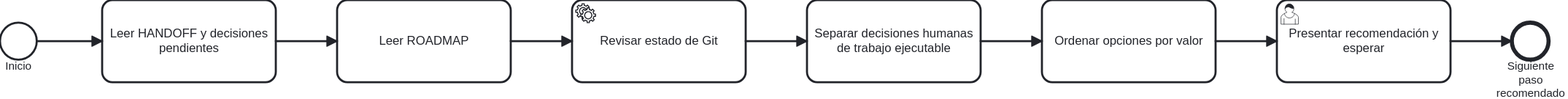
This is docs/atlas/render/17-que-sigue-as-is.svg from ArmandoMedina/jidoka, a BPMN export, as it was before one commit. Its source is kept beside it as docs/atlas/10-ritual/17-que-sigue-as-is.bpmn. Ids are renumbered. The source it was exported from:
```xml
<bpmn:definitions xmlns:bpmn="http://www.omg.org/spec/BPMN/20100524/MODEL" xmlns:bpmndi="http://www.omg.org/spec/BPMN/20100524/DI" xmlns:dc="http://www.omg.org/spec/DD/20100524/DC" xmlns:di="http://www.omg.org/spec/DD/20100524/DI" xmlns:xsi="http://www.w3.org/2001/XMLSchema-instance" id="Definitions_17_QueSigue" targetNamespace="https://github.com/ArmandoMedina/jidoka/process-atlas" exporter="OpenAI BPMN Atlas Generator" exporterVersion="0.2" xmlns:modeler="http://camunda.org/schema/modeler/1.0" modeler:executionPlatform="Camunda Platform" modeler:executionPlatformVersion="7.18.0">
  <bpmn:process id="Process_QueSigue" name="/jidoka:que-sigue — priorizar el siguiente paso" isExecutable="false">
    <bpmn:documentation>Fuente: .claude/commands/jidoka/que-sigue.md</bpmn:documentation>
    <bpmn:startEvent id="Start" name="Inicio">
      <bpmn:outgoing>F_Start_Task_Handoff</bpmn:outgoing>
    </bpmn:startEvent>
    <bpmn:task id="Task_Handoff" name="Leer HANDOFF y decisiones pendientes">
      <bpmn:incoming>F_Start_Task_Handoff</bpmn:incoming>
      <bpmn:outgoing>F_Task_Handoff_Task_Roadmap</bpmn:outgoing>
    </bpmn:task>
    <bpmn:sequenceFlow id="F_Start_Task_Handoff" sourceRef="Start" targetRef="Task_Handoff"/>
    <bpmn:task id="Task_Roadmap" name="Leer ROADMAP">
      <bpmn:incoming>F_Task_Handoff_Task_Roadmap</bpmn:incoming>
      <bpmn:outgoing>F_Task_Roadmap_Task_Git</bpmn:outgoing>
    </bpmn:task>
    <bpmn:sequenceFlow id="F_Task_Handoff_Task_Roadmap" sourceRef="Task_Handoff" targetRef="Task_Roadmap"/>
    <bpmn:serviceTask id="Task_Git" name="Revisar estado de Git">
      <bpmn:incoming>F_Task_Roadmap_Task_Git</bpmn:incoming>
      <bpmn:outgoing>F_Task_Git_Task_Separar</bpmn:outgoing>
    </bpmn:serviceTask>
    <bpmn:sequenceFlow id="F_Task_Roadmap_Task_Git" sourceRef="Task_Roadmap" targetRef="Task_Git"/>
    <bpmn:task id="Task_Separar" name="Separar decisiones humanas de trabajo ejecutable">
      <bpmn:incoming>F_Task_Git_Task_Separar</bpmn:incoming>
      <bpmn:outgoing>F_Task_Separar_Task_Ordenar</bpmn:outgoing>
    </bpmn:task>
    <bpmn:sequenceFlow id="F_Task_Git_Task_Separar" sourceRef="Task_Git" targetRef="Task_Separar"/>
    <bpmn:task id="Task_Ordenar" name="Ordenar opciones por valor">
      <bpmn:incoming>F_Task_Separar_Task_Ordenar</bpmn:incoming>
      <bpmn:outgoing>F_Task_Ordenar_Task_Proponer</bpmn:outgoing>
    </bpmn:task>
    <bpmn:sequenceFlow id="F_Task_Separar_Task_Ordenar" sourceRef="Task_Separar" targetRef="Task_Ordenar"/>
    <bpmn:userTask id="Task_Proponer" name="Presentar recomendación y esperar">
      <bpmn:incoming>F_Task_Ordenar_Task_Proponer</bpmn:incoming>
      <bpmn:outgoing>F_Task_Proponer_End</bpmn:outgoing>
    </bpmn:userTask>
    <bpmn:sequenceFlow id="F_Task_Ordenar_Task_Proponer" sourceRef="Task_Ordenar" targetRef="Task_Proponer"/>
    <bpmn:endEvent id="End" name="Siguiente paso recomendado">
      <bpmn:incoming>F_Task_Proponer_End</bpmn:incoming>
    </bpmn:endEvent>
    <bpmn:sequenceFlow id="F_Task_Proponer_End" sourceRef="Task_Proponer" targetRef="End"/>
  </bpmn:process>
  <bpmndi:BPMNDiagram id="Diagram_17_QueSigue">
    <bpmndi:BPMNPlane id="Plane_Diagram_17_QueSigue" bpmnElement="Process_QueSigue">
      <bpmndi:BPMNShape id="Shape_Start" bpmnElement="Start">
        <dc:Bounds x="80" y="220" width="36" height="36"/>
      </bpmndi:BPMNShape>
      <bpmndi:BPMNShape id="Shape_Task_Handoff" bpmnElement="Task_Handoff">
        <dc:Bounds x="180" y="198" width="170" height="80"/>
      </bpmndi:BPMNShape>
      <bpmndi:BPMNEdge id="Edge_F_Start_Task_Handoff" bpmnElement="F_Start_Task_Handoff">
        <di:waypoint x="116" y="238"/>
        <di:waypoint x="180" y="238"/>
      </bpmndi:BPMNEdge>
      <bpmndi:BPMNShape id="Shape_Task_Roadmap" bpmnElement="Task_Roadmap">
        <dc:Bounds x="410" y="198" width="170" height="80"/>
      </bpmndi:BPMNShape>
      <bpmndi:BPMNEdge id="Edge_F_Task_Handoff_Task_Roadmap" bpmnElement="F_Task_Handoff_Task_Roadmap">
        <di:waypoint x="350" y="238"/>
        <di:waypoint x="410" y="238"/>
      </bpmndi:BPMNEdge>
      <bpmndi:BPMNShape id="Shape_Task_Git" bpmnElement="Task_Git">
        <dc:Bounds x="640" y="198" width="170" height="80"/>
      </bpmndi:BPMNShape>
      <bpmndi:BPMNEdge id="Edge_F_Task_Roadmap_Task_Git" bpmnElement="F_Task_Roadmap_Task_Git">
        <di:waypoint x="580" y="238"/>
        <di:waypoint x="640" y="238"/>
      </bpmndi:BPMNEdge>
      <bpmndi:BPMNShape id="Shape_Task_Separar" bpmnElement="Task_Separar">
        <dc:Bounds x="870" y="198" width="170" height="80"/>
      </bpmndi:BPMNShape>
      <bpmndi:BPMNEdge id="Edge_F_Task_Git_Task_Separar" bpmnElement="F_Task_Git_Task_Separar">
        <di:waypoint x="810" y="238"/>
        <di:waypoint x="870" y="238"/>
      </bpmndi:BPMNEdge>
      <bpmndi:BPMNShape id="Shape_Task_Ordenar" bpmnElement="Task_Ordenar">
        <dc:Bounds x="1100" y="198" width="170" height="80"/>
      </bpmndi:BPMNShape>
      <bpmndi:BPMNEdge id="Edge_F_Task_Separar_Task_Ordenar" bpmnElement="F_Task_Separar_Task_Ordenar">
        <di:waypoint x="1040" y="238"/>
        <di:waypoint x="1100" y="238"/>
      </bpmndi:BPMNEdge>
      <bpmndi:BPMNShape id="Shape_Task_Proponer" bpmnElement="Task_Proponer">
        <dc:Bounds x="1330" y="198" width="170" height="80"/>
      </bpmndi:BPMNShape>
      <bpmndi:BPMNEdge id="Edge_F_Task_Ordenar_Task_Proponer" bpmnElement="F_Task_Ordenar_Task_Proponer">
        <di:waypoint x="1270" y="238"/>
        <di:waypoint x="1330" y="238"/>
      </bpmndi:BPMNEdge>
      <bpmndi:BPMNShape id="Shape_End" bpmnElement="End">
        <dc:Bounds x="1560" y="220" width="36" height="36"/>
      </bpmndi:BPMNShape>
      <bpmndi:BPMNEdge id="Edge_F_Task_Proponer_End" bpmnElement="F_Task_Proponer_End">
        <di:waypoint x="1500" y="238"/>
        <di:waypoint x="1560" y="238"/>
      </bpmndi:BPMNEdge>
    </bpmndi:BPMNPlane>
  </bpmndi:BPMNDiagram>
</bpmn:definitions>
```
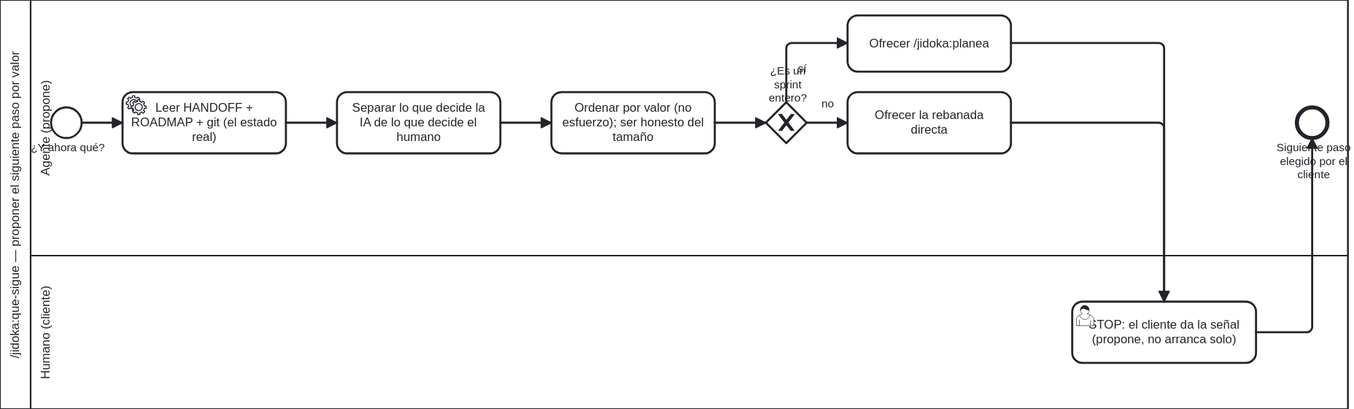
After the commit.

What changed in the source:
```diff
@@ -1,97 +1,150 @@
-<bpmn:definitions xmlns:bpmn="http://www.omg.org/spec/BPMN/20100524/MODEL" xmlns:bpmndi="http://www.omg.org/spec/BPMN/20100524/DI" xmlns:dc="http://www.omg.org/spec/DD/20100524/DC" xmlns:di="http://www.omg.org/spec/DD/20100524/DI" xmlns:xsi="http://www.w3.org/2001/XMLSchema-instance" id="Definitions_17_QueSigue" targetNamespace="https://github.com/ArmandoMedina/jidoka/process-atlas" exporter="OpenAI BPMN Atlas Generator" exporterVersion="0.2" xmlns:modeler="http://camunda.org/schema/modeler/1.0" modeler:executionPlatform="Camunda Platform" modeler:executionPlatformVersion="7.18.0">
-  <bpmn:process id="Process_QueSigue" name="/jidoka:que-sigue — priorizar el siguiente paso" isExecutable="false">
-    <bpmn:documentation>Fuente: .claude/commands/jidoka/que-sigue.md</bpmn:documentation>
-    <bpmn:startEvent id="Start" name="Inicio">
-      <bpmn:outgoing>F_Start_Task_Handoff</bpmn:outgoing>
+<bpmn:definitions xmlns:bpmn="http://www.omg.org/spec/BPMN/20100524/MODEL" xmlns:bpmndi="http://www.omg.org/spec/BPMN/20100524/DI" xmlns:dc="http://www.omg.org/spec/DD/20100524/DC" xmlns:di="http://www.omg.org/spec/DD/20100524/DI" xmlns:xsi="http://www.w3.org/2001/XMLSchema-instance" id="Definitions_17_QueSigue" targetNamespace="https://github.com/ArmandoMedina/jidoka/process-atlas" exporter="Jidoka Atlas" exporterVersion="0.3" xmlns:modeler="http://camunda.org/schema/modeler/1.0" modeler:executionPlatform="Camunda Platform" modeler:executionPlatformVersion="7.18.0">
+  <bpmn:collaboration id="Collab_QueSigue">
+    <bpmn:participant id="Pool_QueSigue" name="/jidoka:que-sigue — proponer el siguiente paso por valor" processRef="Process_QueSigue"/>
+  </bpmn:collaboration>
+  <bpmn:process id="Process_QueSigue" name="/jidoka:que-sigue — leer el estado y proponer, no arrancar" isExecutable="false">
+    <bpmn:documentation>Fuente: .claude/commands/jidoka/que-sigue.md. Carriles: el Agente lee y propone; la señal para arrancar la da el Humano (propone, no arranca solo).</bpmn:documentation>
+    <bpmn:laneSet id="LaneSet_QueSigue">
+      <bpmn:lane id="Lane_Agente" name="Agente (propone)">
+        <bpmn:flowNodeRef>Start</bpmn:flowNodeRef>
+        <bpmn:flowNodeRef>T_Leer</bpmn:flowNodeRef>
+        <bpmn:flowNodeRef>T_Separar</bpmn:flowNodeRef>
+        <bpmn:flowNodeRef>T_Ordenar</bpmn:flowNodeRef>
+        <bpmn:flowNodeRef>Gw_Tamano</bpmn:flowNodeRef>
+        <bpmn:flowNodeRef>T_Planea</bpmn:flowNodeRef>
+        <bpmn:flowNodeRef>T_Rebanada</bpmn:flowNodeRef>
+        <bpmn:flowNodeRef>End</bpmn:flowNodeRef>
+      </bpmn:lane>
+      <bpmn:lane id="Lane_Humano" name="Humano (cliente)">
+        <bpmn:flowNodeRef>U_Senal</bpmn:flowNodeRef>
+      </bpmn:lane>
+    </bpmn:laneSet>
+    <bpmn:startEvent id="Start" name="¿Y ahora qué?">
+      <bpmn:outgoing>f1</bpmn:outgoing>
     </bpmn:startEvent>
-    <bpmn:task id="Task_Handoff" name="Leer HANDOFF y decisiones pendientes">
-      <bpmn:incoming>F_Start_Task_Handoff</bpmn:incoming>
-      <bpmn:outgoing>F_Task_Handoff_Task_Roadmap</bpmn:outgoing>
+    <bpmn:serviceTask id="T_Leer" name="Leer HANDOFF + ROADMAP + git (el estado real)">
+      <bpmn:incoming>f1</bpmn:incoming>
+      <bpmn:outgoing>f2</bpmn:outgoing>
+    </bpmn:serviceTask>
+    <bpmn:task id="T_Separar" name="Separar lo que decide la IA de lo que decide el humano">
+      <bpmn:incoming>f2</bpmn:incoming>
+      <bpmn:outgoing>f3</bpmn:outgoing>
     </bpmn:task>
-    <bpmn:sequenceFlow id="F_Start_Task_Handoff" sourceRef="Start" targetRef="Task_Handoff"/>
-    <bpmn:task id="Task_Roadmap" name="Leer ROADMAP">
-      <bpmn:incoming>F_Task_Handoff_Task_Roadmap</bpmn:incoming>
-      <bpmn:outgoing>F_Task_Roadmap_Task_Git</bpmn:outgoing>
+    <bpmn:task id="T_Ordenar" name="Ordenar por valor (no esfuerzo); ser honesto del tamaño">
+      <bpmn:incoming>f3</bpmn:incoming>
+      <bpmn:outgoing>f4</bpmn:outgoing>
     </bpmn:task>
-    <bpmn:sequenceFlow id="F_Task_Handoff_Task_Roadmap" sourceRef="Task_Handoff" targetRef="Task_Roadmap"/>
-    <bpmn:serviceTask id="Task_Git" name="Revisar estado de Git">
-      <bpmn:incoming>F_Task_Roadmap_Task_Git</bpmn:incoming>
-      <bpmn:outgoing>F_Task_Git_Task_Separar</bpmn:outgoing>
-    </bpmn:serviceTask>
-    <bpmn:sequenceFlow id="F_Task_Roadmap_Task_Git" sourceRef="Task_Roadmap" targetRef="Task_Git"/>
-    <bpmn:task id="Task_Separar" name="Separar decisiones humanas de trabajo ejecutable">
-      <bpmn:incoming>F_Task_Git_Task_Separar</bpmn:incoming>
-      <bpmn:outgoing>F_Task_Separar_Task_Ordenar</bpmn:outgoing>
+    <bpmn:exclusiveGateway id="Gw_Tamano" name="¿Es un sprint entero?">
+      <bpmn:incoming>f4</bpmn:incoming>
+      <bpmn:outgoing>f_si</bpmn:outgoing>
+      <bpmn:outgoing>f_no</bpmn:outgoing>
+    </bpmn:exclusiveGateway>
+    <bpmn:task id="T_Planea" name="Ofrecer /jidoka:planea">
+      <bpmn:incoming>f_si</bpmn:incoming>
+      <bpmn:outgoing>f_plan_senal</bpmn:outgoing>
     </bpmn:task>
-    <bpmn:sequenceFlow id="F_Task_Git_Task_Separar" sourceRef="Task_Git" targetRef="Task_Separar"/>
-    <bpmn:task id="Task_Ordenar" name="Ordenar opciones por valor">
-      <bpmn:incoming>F_Task_Separar_Task_Ordenar</bpmn:incoming>
-      <bpmn:outgoing>F_Task_Ordenar_Task_Proponer</bpmn:outgoing>
+    <bpmn:task id="T_Rebanada" name="Ofrecer la rebanada directa">
+      <bpmn:incoming>f_no</bpmn:incoming>
+      <bpmn:outgoing>f_reb_senal</bpmn:outgoing>
     </bpmn:task>
-    <bpmn:sequenceFlow id="F_Task_Separar_Task_Ordenar" sourceRef="Task_Separar" targetRef="Task_Ordenar"/>
-    <bpmn:userTask id="Task_Proponer" name="Presentar recomendación y esperar">
-      <bpmn:incoming>F_Task_Ordenar_Task_Proponer</bpmn:incoming>
-      <bpmn:outgoing>F_Task_Proponer_End</bpmn:outgoing>
+    <bpmn:userTask id="U_Senal" name="STOP: el cliente da la señal (propone, no arranca solo)">
+      <bpmn:incoming>f_plan_senal</bpmn:incoming>
+      <bpmn:incoming>f_reb_senal</bpmn:incoming>
+      <bpmn:outgoing>f_senal_end</bpmn:outgoing>
     </bpmn:userTask>
-    <bpmn:sequenceFlow id="F_Task_Ordenar_Task_Proponer" sourceRef="Task_Ordenar" targetRef="Task_Proponer"/>
-    <bpmn:endEvent id="End" name="Siguiente paso recomendado">
-      <bpmn:incoming>F_Task_Proponer_End</bpmn:incoming>
+    <bpmn:endEvent id="End" name="Siguiente paso elegido por el cliente">
+      <bpmn:incoming>f_senal_end</bpmn:incoming>
     </bpmn:endEvent>
-    <bpmn:sequenceFlow id="F_Task_Proponer_End" sourceRef="Task_Proponer" targetRef="End"/>
+    <bpmn:sequenceFlow id="f1" sourceRef="Start" targetRef="T_Leer"/>
+    <bpmn:sequenceFlow id="f2" sourceRef="T_Leer" targetRef="T_Separar"/>
+    <bpmn:sequenceFlow id="f3" sourceRef="T_Separar" targetRef="T_Ordenar"/>
+    <bpmn:sequenceFlow id="f4" sourceRef="T_Ordenar" targetRef="Gw_Tamano"/>
+    <bpmn:sequenceFlow id="f_si" name="sí" sourceRef="Gw_Tamano" targetRef="T_Planea"/>
+    <bpmn:sequenceFlow id="f_no" name="no" sourceRef="Gw_Tamano" targetRef="T_Rebanada"/>
+    <bpmn:sequenceFlow id="f_plan_senal" sourceRef="T_Planea" targetRef="U_Senal"/>
+    <bpmn:sequenceFlow id="f_reb_senal" sourceRef="T_Rebanada" targetRef="U_Senal"/>
+    <bpmn:sequenceFlow id="f_senal_end" sourceRef="U_Senal" targetRef="End"/>
   </bpmn:process>
   <bpmndi:BPMNDiagram id="Diagram_17_QueSigue">
-    <bpmndi:BPMNPlane id="Plane_Diagram_17_QueSigue" bpmnElement="Process_QueSigue">
-      <bpmndi:BPMNShape id="Shape_Start" bpmnElement="Start">
-        <dc:Bounds x="80" y="220" width="36" height="36"/>
+    <bpmndi:BPMNPlane id="Plane_17_QueSigue" bpmnElement="Collab_QueSigue">
+      <bpmndi:BPMNShape id="S_Pool" bpmnElement="Pool_QueSigue" isHorizontal="true">
+        <dc:Bounds x="160" y="80" width="1320" height="400"/>
       </bpmndi:BPMNShape>
-      <bpmndi:BPMNShape id="Shape_Task_Handoff" bpmnElement="Task_Handoff">
-        <dc:Bounds x="180" y="198" width="170" height="80"/>
+      <bpmndi:BPMNShape id="S_LaneA" bpmnElement="Lane_Agente" isHorizontal="true">
+        <dc:Bounds x="190" y="80" width="1290" height="250"/>
       </bpmndi:BPMNShape>
-      <bpmndi:BPMNEdge id="Edge_F_Start_Task_Handoff" bpmnElement="F_Start_Task_Handoff">
-        <di:waypoint x="116" y="238"/>
-        <di:waypoint x="180" y="238"/>
+      <bpmndi:BPMNShape id="S_LaneH" bpmnElement="Lane_Humano" isHorizontal="true">
+        <dc:Bounds x="190" y="330" width="1290" height="150"/>
+      </bpmndi:BPMNShape>
+      <bpmndi:BPMNShape id="S_Start" bpmnElement="Start">
+        <dc:Bounds x="210" y="185" width="30" height="30"/>
+        <bpmndi:BPMNLabel><dc:Bounds x="196" y="218" width="60" height="14"/></bpmndi:BPMNLabel>
+      </bpmndi:BPMNShape>
+      <bpmndi:BPMNShape id="S_TLeer" bpmnElement="T_Leer">
+        <dc:Bounds x="280" y="170" width="160" height="60"/>
+      </bpmndi:BPMNShape>
+      <bpmndi:BPMNShape id="S_TSeparar" bpmnElement="T_Separar">
+        <dc:Bounds x="490" y="170" width="160" height="60"/>
+      </bpmndi:BPMNShape>
+      <bpmndi:BPMNShape id="S_TOrdenar" bpmnElement="T_Ordenar">
+        <dc:Bounds x="700" y="170" width="160" height="60"/>
+      </bpmndi:BPMNShape>
+      <bpmndi:BPMNShape id="S_GwTamano" bpmnElement="Gw_Tamano" isMarkerVisible="true">
+        <dc:Bounds x="910" y="180" width="40" height="40"/>
+        <bpmndi:BPMNLabel><dc:Bounds x="895" y="143" width="72" height="27"/></bpmndi:BPMNLabel>
+      </bpmndi:BPMNShape>
+      <bpmndi:BPMNShape id="S_TPlanea" bpmnElement="T_Planea">
+        <dc:Bounds x="990" y="95" width="160" height="55"/>
+      </bpmndi:BPMNShape>
+      <bpmndi:BPMNShape id="S_TRebanada" bpmnElement="T_Rebanada">
+        <dc:Bounds x="990" y="170" width="160" height="60"/>
+      </bpmndi:BPMNShape>
+      <bpmndi:BPMNShape id="S_USenal" bpmnElement="U_Senal">
+        <dc:Bounds x="1210" y="375" width="180" height="60"/>
+      </bpmndi:BPMNShape>
+      <bpmndi:BPMNShape id="S_End" bpmnElement="End">
+        <dc:Bounds x="1430" y="185" width="30" height="30"/>
+        <bpmndi:BPMNLabel><dc:Bounds x="1405" y="218" width="82" height="27"/></bpmndi:BPMNLabel>
+      </bpmndi:BPMNShape>
+      <bpmndi:BPMNEdge id="E_f1" bpmnElement="f1">
+        <di:waypoint x="240" y="200"/>
+        <di:waypoint x="280" y="200"/>
       </bpmndi:BPMNEdge>
-      <bpmndi:BPMNShape id="Shape_Task_Roadmap" bpmnElement="Task_Roadmap">
-        <dc:Bounds x="410" y="198" width="170" height="80"/>
-      </bpmndi:BPMNShape>
-      <bpmndi:BPMNEdge id="Edge_F_Task_Handoff_Task_Roadmap" bpmnElement="F_Task_Handoff_Task_Roadmap">
-        <di:waypoint x="350" y="238"/>
-        <di:waypoint x="410" y="238"/>
+      <bpmndi:BPMNEdge id="E_f2" bpmnElement="f2">
+        <di:waypoint x="440" y="200"/>
+        <di:waypoint x="490" y="200"/>
       </bpmndi:BPMNEdge>
-      <bpmndi:BPMNShape id="Shape_Task_Git" bpmnElement="Task_Git">
-        <dc:Bounds x="640" y="198" width="170" height="80"/>
-      </bpmndi:BPMNShape>
-      <bpmndi:BPMNEdge id="Edge_F_Task_Roadmap_Task_Git" bpmnElement="F_Task_Roadmap_Task_Git">
-        <di:waypoint x="580" y="238"/>
-        <di:waypoint x="640" y="238"/>
+      <bpmndi:BPMNEdge id="E_f3" bpmnElement="f3">
+        <di:waypoint x="650" y="200"/>
+        <di:waypoint x="700" y="200"/>
       </bpmndi:BPMNEdge>
-      <bpmndi:BPMNShape id="Shape_Task_Separar" bpmnElement="Task_Separar">
-        <dc:Bounds x="870" y="198" width="170" height="80"/>
-      </bpmndi:BPMNShape>
-      <bpmndi:BPMNEdge id="Edge_F_Task_Git_Task_Separar" bpmnElement="F_Task_Git_Task_Separar">
-        <di:waypoint x="810" y="238"/>
-        <di:waypoint x="870" y="238"/>
+      <bpmndi:BPMNEdge id="E_f4" bpmnElement="f4">
+        <di:waypoint x="860" y="200"/>
+        <di:waypoint x="910" y="200"/>
       </bpmndi:BPMNEdge>
-      <bpmndi:BPMNShape id="Shape_Task_Ordenar" bpmnElement="Task_Ordenar">
-        <dc:Bounds x="1100" y="198" width="170" height="80"/>
-      </bpmndi:BPMNShape>
-      <bpmndi:BPMNEdge id="Edge_F_Task_Separar_Task_Ordenar" bpmnElement="F_Task_Separar_Task_Ordenar">
-        <di:waypoint x="1040" y="238"/>
-        <di:waypoint x="1100" y="238"/>
+      <bpmndi:BPMNEdge id="E_f_si" bpmnElement="f_si">
+        <di:waypoint x="930" y="180"/>
+        <di:waypoint x="930" y="122"/>
+        <di:waypoint x="990" y="122"/>
       </bpmndi:BPMNEdge>
-      <bpmndi:BPMNShape id="Shape_Task_Proponer" bpmnElement="Task_Proponer">
-        <dc:Bounds x="1330" y="198" width="170" height="80"/>
-      </bpmndi:BPMNShape>
-      <bpmndi:BPMNEdge id="Edge_F_Task_Ordenar_Task_Proponer" bpmnElement="F_Task_Ordenar_Task_Proponer">
-        <di:waypoint x="1270" y="238"/>
-        <di:waypoint x="1330" y="238"/>
+      <bpmndi:BPMNEdge id="E_f_no" bpmnElement="f_no">
+        <di:waypoint x="950" y="200"/>
+        <di:waypoint x="990" y="200"/>
       </bpmndi:BPMNEdge>
-      <bpmndi:BPMNShape id="Shape_End" bpmnElement="End">
-        <dc:Bounds x="1560" y="220" width="36" height="36"/>
-      </bpmndi:BPMNShape>
-      <bpmndi:BPMNEdge id="Edge_F_Task_Proponer_End" bpmnElement="F_Task_Proponer_End">
-        <di:waypoint x="1500" y="238"/>
-        <di:waypoint x="1560" y="238"/>
+      <bpmndi:BPMNEdge id="E_f_plan_senal" bpmnElement="f_plan_senal">
+        <di:waypoint x="1150" y="122"/>
+        <di:waypoint x="1300" y="122"/>
+        <di:waypoint x="1300" y="375"/>
+      </bpmndi:BPMNEdge>
+      <bpmndi:BPMNEdge id="E_f_reb_senal" bpmnElement="f_reb_senal">
+        <di:waypoint x="1150" y="200"/>
+        <di:waypoint x="1300" y="200"/>
+        <di:waypoint x="1300" y="375"/>
+      </bpmndi:BPMNEdge>
+      <bpmndi:BPMNEdge id="E_f_senal_end" bpmnElement="f_senal_end">
+        <di:waypoint x="1390" y="405"/>
+        <di:waypoint x="1445" y="405"/>
+        <di:waypoint x="1445" y="215"/>
       </bpmndi:BPMNEdge>
     </bpmndi:BPMNPlane>
   </bpmndi:BPMNDiagram>
```
